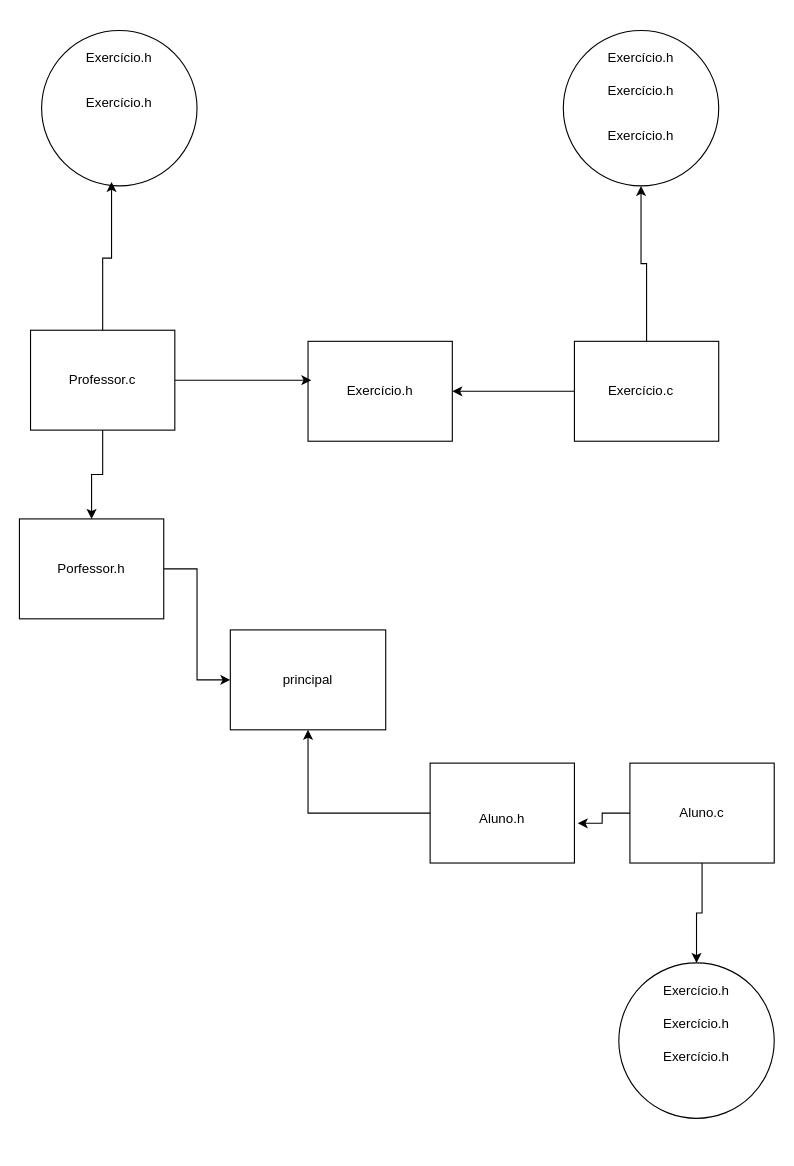
livramos/Modelagem-de-Dados- keeps this draw.io diagram as Diagrama sem nome.drawio. Above is the earlier version. Source tidied: cells renumbered, new cells numbered last; positions are measured from the earlier drawing's top-left corner, leaving out a move shared by most shapes. Both pictures are drawn from the tidied source at 111%, with x=0, y=0 at pixel (19, 30).
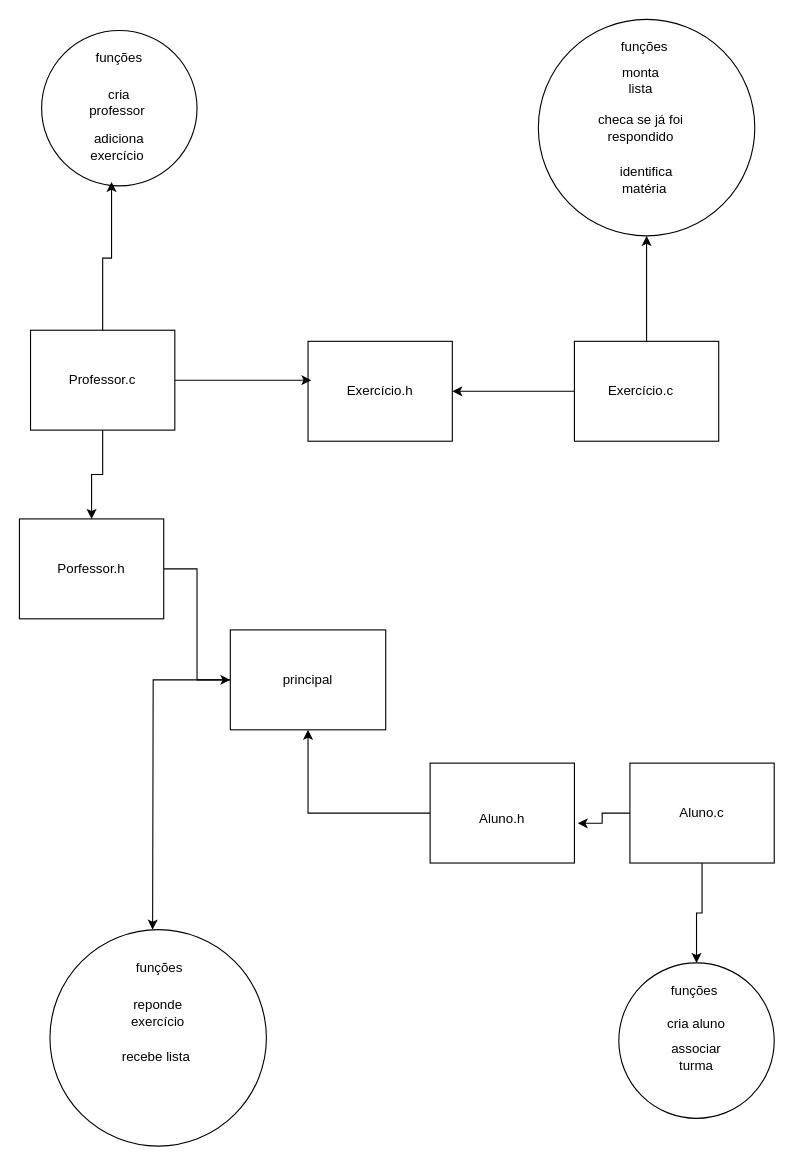
The same diagram, later.

Unchanged cells that the change refers to:
```xml
<mxCell id="2" style="rounded=0;whiteSpace=wrap;html=1;" parent="1" vertex="1">
  <mxGeometry x="190" y="540" width="140" height="90" as="geometry" />
</mxCell>
```

Diff of the diagram source:
```diff
@@
+    <mxCell id="36" style="edgeStyle=orthogonalEdgeStyle;rounded=0;jettySize=auto;html=1;" parent="1" edge="1" source="2">
+      <mxGeometry relative="1" as="geometry">
+        <mxPoint x="120" y="810" as="targetPoint" />
+      </mxGeometry>
+    </mxCell>
@@
     <mxCell id="25" style="ellipse;whiteSpace=wrap;html=1;" parent="1" vertex="1">
-      <mxGeometry x="490" width="140" height="140" as="geometry" />
+      <mxGeometry x="467.5" y="-10" width="195" height="195" as="geometry" />
     </mxCell>
@@
-    <mxCell id="28" value="Exercício.h" style="text;html=1;align=center;verticalAlign=middle;whiteSpace=wrap;rounded=0;" parent="1" vertex="1">
-      <mxGeometry x="530" y="40" width="60" height="30" as="geometry" />
+    <mxCell id="28" value="monta lista" style="text;html=1;align=center;verticalAlign=middle;whiteSpace=wrap;rounded=0;" parent="1" vertex="1">
+      <mxGeometry x="530" y="30" width="60" height="30" as="geometry" />
     </mxCell>
-    <mxCell id="29" value="Exercício.h" style="text;html=1;align=center;verticalAlign=middle;whiteSpace=wrap;rounded=0;" parent="1" vertex="1">
-      <mxGeometry x="530" y="10" width="60" height="30" as="geometry" />
+    <mxCell id="29" value="funções&amp;nbsp;" style="text;html=1;align=center;verticalAlign=middle;whiteSpace=wrap;rounded=0;" parent="1" vertex="1">
+      <mxGeometry x="535" width="60" height="30" as="geometry" />
     </mxCell>
-    <mxCell id="30" value="Exercício.h" style="text;html=1;align=center;verticalAlign=middle;whiteSpace=wrap;rounded=0;" parent="1" vertex="1">
+    <mxCell id="30" value="cria professor&amp;nbsp;" style="text;html=1;align=center;verticalAlign=middle;whiteSpace=wrap;rounded=0;" parent="1" vertex="1">
       <mxGeometry x="60" y="50" width="60" height="30" as="geometry" />
     </mxCell>
-    <mxCell id="31" value="Exercício.h" style="text;html=1;align=center;verticalAlign=middle;whiteSpace=wrap;rounded=0;" parent="1" vertex="1">
+    <mxCell id="31" value="funções" style="text;html=1;align=center;verticalAlign=middle;whiteSpace=wrap;rounded=0;" parent="1" vertex="1">
       <mxGeometry x="60" y="10" width="60" height="30" as="geometry" />
     </mxCell>
-    <mxCell id="32" value="Exercício.h" style="text;html=1;align=center;verticalAlign=middle;whiteSpace=wrap;rounded=0;" parent="1" vertex="1">
-      <mxGeometry x="530" y="80" width="60" height="30" as="geometry" />
+    <mxCell id="32" value="checa se já foi respondido" style="text;html=1;align=center;verticalAlign=middle;whiteSpace=wrap;rounded=0;" parent="1" vertex="1">
+      <mxGeometry x="515" y="72.5" width="90" height="30" as="geometry" />
     </mxCell>
-    <mxCell id="33" value="Exercício.h" style="text;html=1;align=center;verticalAlign=middle;whiteSpace=wrap;rounded=0;" parent="1" vertex="1">
-      <mxGeometry x="580" y="910" width="60" height="30" as="geometry" />
-    </mxCell>
-    <mxCell id="34" value="Exercício.h" style="text;html=1;align=center;verticalAlign=middle;whiteSpace=wrap;rounded=0;" parent="1" vertex="1">
+    <mxCell id="34" value="cria aluno" style="text;html=1;align=center;verticalAlign=middle;whiteSpace=wrap;rounded=0;" parent="1" vertex="1">
       <mxGeometry x="580" y="880" width="60" height="30" as="geometry" />
     </mxCell>
-    <mxCell id="35" value="Exercício.h" style="text;html=1;align=center;verticalAlign=middle;whiteSpace=wrap;rounded=0;" parent="1" vertex="1">
+    <mxCell id="35" value="funções&amp;nbsp;" style="text;html=1;align=center;verticalAlign=middle;whiteSpace=wrap;rounded=0;" parent="1" vertex="1">
       <mxGeometry x="580" y="850" width="60" height="30" as="geometry" />
     </mxCell>
+    <mxCell id="37" value="identifica matéria&amp;nbsp;" style="text;html=1;align=center;verticalAlign=middle;whiteSpace=wrap;rounded=0;" parent="1" vertex="1">
+      <mxGeometry x="520" y="120" width="90" height="30" as="geometry" />
+    </mxCell>
+    <mxCell id="38" value="adiciona exercício&amp;nbsp;" style="text;html=1;align=center;verticalAlign=middle;whiteSpace=wrap;rounded=0;" parent="1" vertex="1">
+      <mxGeometry x="60" y="90" width="60" height="30" as="geometry" />
+    </mxCell>
+    <mxCell id="39" style="ellipse;whiteSpace=wrap;html=1;" parent="1" vertex="1">
+      <mxGeometry x="27.5" y="810" width="195" height="195" as="geometry" />
+    </mxCell>
+    <mxCell id="40" value="funções&amp;nbsp;" style="text;html=1;align=center;verticalAlign=middle;whiteSpace=wrap;rounded=0;" parent="1" vertex="1">
+      <mxGeometry x="97.5" y="830" width="60" height="30" as="geometry" />
+    </mxCell>
+    <mxCell id="33" value="reponde exercício" style="text;html=1;align=center;verticalAlign=middle;whiteSpace=wrap;rounded=0;" parent="1" vertex="1">
+      <mxGeometry x="95" y="870" width="60" height="30" as="geometry" />
+    </mxCell>
+    <mxCell id="41" value="recebe lista&amp;nbsp;" style="text;html=1;align=center;verticalAlign=middle;whiteSpace=wrap;rounded=0;" parent="1" vertex="1">
+      <mxGeometry x="75" y="910" width="100" height="30" as="geometry" />
+    </mxCell>
+    <mxCell id="42" value="associar turma" style="text;html=1;align=center;verticalAlign=middle;whiteSpace=wrap;rounded=0;" parent="1" vertex="1">
+      <mxGeometry x="580" y="910" width="60" height="30" as="geometry" />
+    </mxCell>
```
